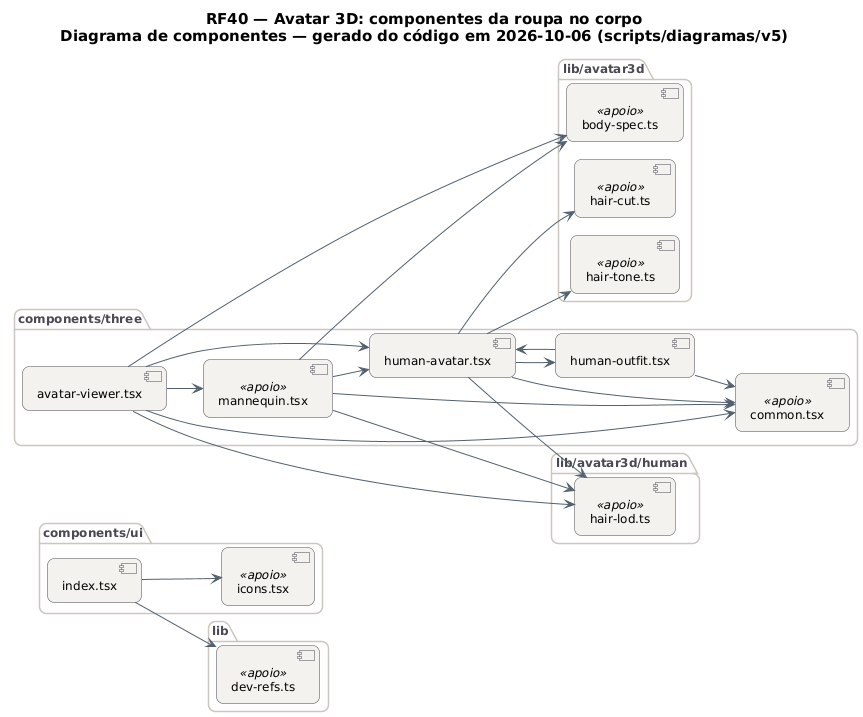
Earlier version of the PlantUML export docs/diagramas/RF40-roupa-no-avatar/RF40_Roupa_Componentes.png (MatheusHaliski/tcc-2026-fashion-ai-backend).
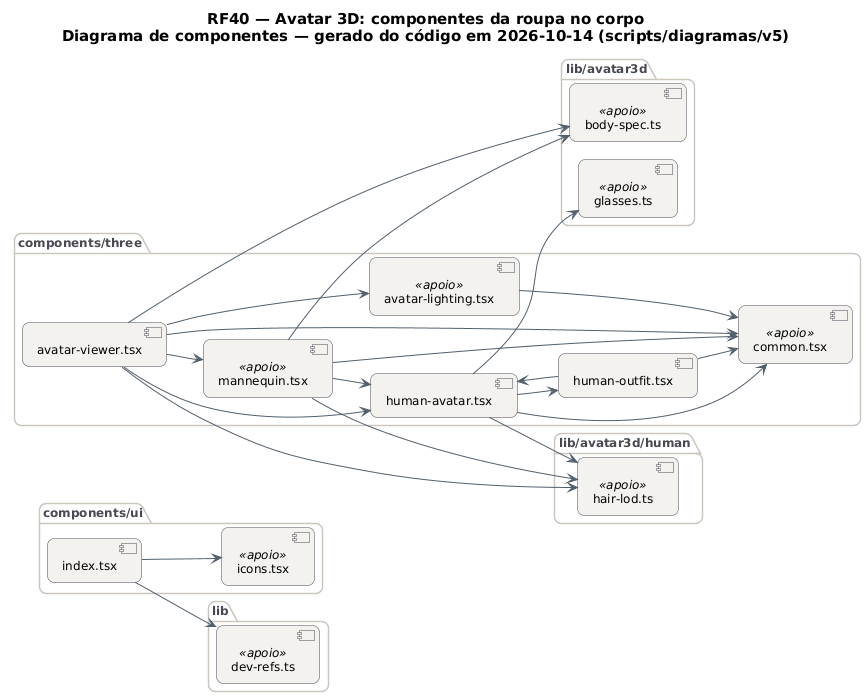
The same file after the commit.

What changed in the source:
```diff
@@ -29,7 +29,7 @@
   BorderColor #4A4852
 }
 left to right direction
-title RF40 — Avatar 3D: componentes da roupa no corpo\nDiagrama de componentes — gerado do código em 2026-10-06 (scripts/diagramas/v5)
+title RF40 — Avatar 3D: componentes da roupa no corpo\nDiagrama de componentes — gerado do código em 2026-10-14 (scripts/diagramas/v5)
 
 package "components/ui" {
   component "index.tsx" as m_components_ui_index_tsx
@@ -39,6 +39,7 @@
   component "avatar-viewer.tsx" as m_components_three_avatar_viewer_tsx
   component "human-avatar.tsx" as m_components_three_human_avatar_tsx
   component "human-outfit.tsx" as m_components_three_human_outfit_tsx
+  component "avatar-lighting.tsx" as m_components_three_avatar_lighting_tsx <<apoio>>
   component "common.tsx" as m_components_three_common_tsx <<apoio>>
   component "mannequin.tsx" as m_components_three_mannequin_tsx <<apoio>>
 }
@@ -47,12 +48,13 @@
 }
 package "lib/avatar3d" {
   component "body-spec.ts" as m_lib_avatar3d_body_spec_ts <<apoio>>
-  component "hair-cut.ts" as m_lib_avatar3d_hair_cut_ts <<apoio>>
-  component "hair-tone.ts" as m_lib_avatar3d_hair_tone_ts <<apoio>>
+  component "glasses.ts" as m_lib_avatar3d_glasses_ts <<apoio>>
 }
 package "lib/avatar3d/human" {
   component "hair-lod.ts" as m_lib_avatar3d_human_hair_lod_ts <<apoio>>
 }
+m_components_three_avatar_lighting_tsx --> m_components_three_common_tsx
+m_components_three_avatar_viewer_tsx --> m_components_three_avatar_lighting_tsx
 m_components_three_avatar_viewer_tsx --> m_components_three_common_tsx
 m_components_three_avatar_viewer_tsx --> m_components_three_human_avatar_tsx
 m_components_three_avatar_viewer_tsx --> m_components_three_mannequin_tsx
@@ -60,8 +62,7 @@
 m_components_three_avatar_viewer_tsx --> m_lib_avatar3d_human_hair_lod_ts
 m_components_three_human_avatar_tsx --> m_components_three_common_tsx
 m_components_three_human_avatar_tsx --> m_components_three_human_outfit_tsx
-m_components_three_human_avatar_tsx --> m_lib_avatar3d_hair_cut_ts
-m_components_three_human_avatar_tsx --> m_lib_avatar3d_hair_tone_ts
+m_components_three_human_avatar_tsx --> m_lib_avatar3d_glasses_ts
 m_components_three_human_avatar_tsx --> m_lib_avatar3d_human_hair_lod_ts
 m_components_three_human_outfit_tsx --> m_components_three_common_tsx
 m_components_three_human_outfit_tsx --> m_components_three_human_avatar_tsx
```
